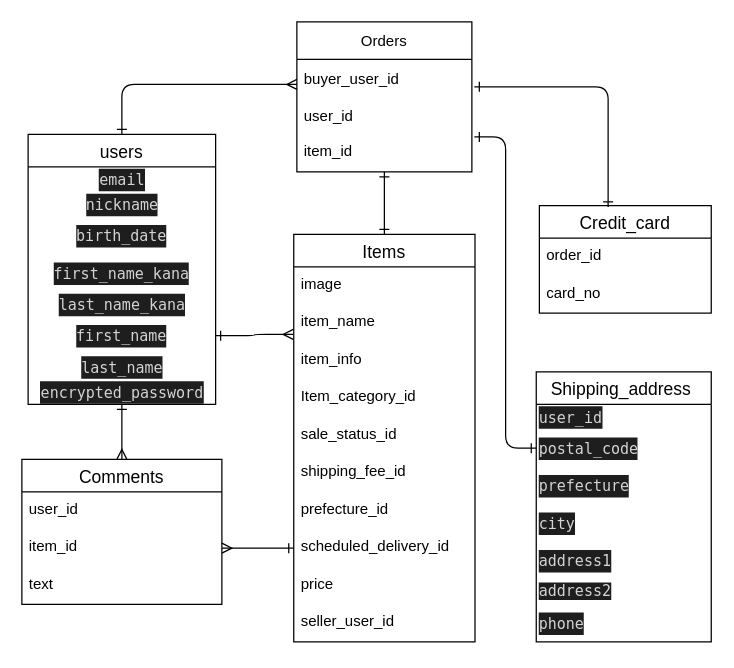
The draw.io diagram furima.dio in KAMEchan01/furima-37271, before the edit. Source tidied: cells renumbered, new cells numbered last; positions are measured from the earlier drawing's top-left corner, leaving out a move shared by most shapes. Both pictures are drawn from the tidied source at 125%, with x=0, y=0 at pixel (21, 21).
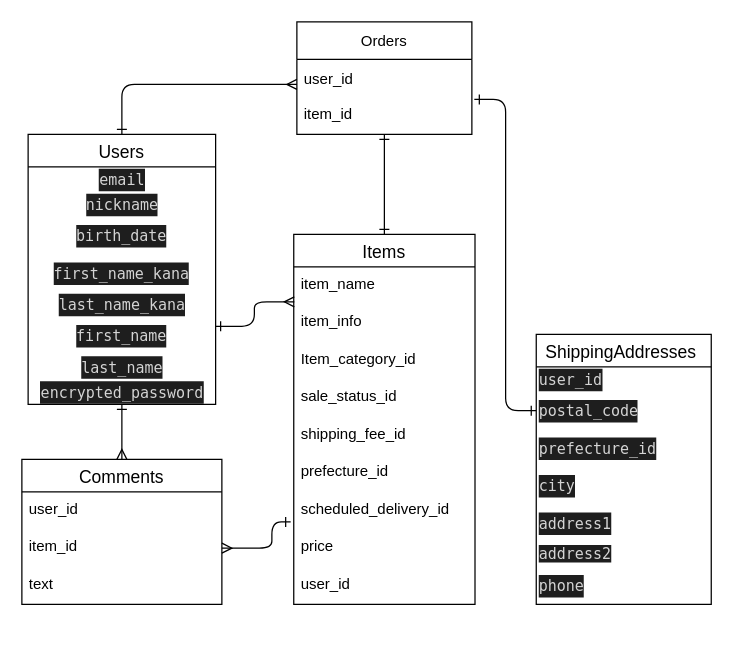
The same diagram, later.

The change refers to these unchanged cells:
```xml
<mxCell id="10" value="&lt;div style=&quot;color: rgb(212 , 212 , 212) ; background-color: rgb(30 , 30 , 30) ; font-family: &amp;#34;menlo&amp;#34; , &amp;#34;monaco&amp;#34; , &amp;#34;courier new&amp;#34; , monospace ; line-height: 18px&quot;&gt;first_name&lt;/div&gt;" style="text;html=1;strokeColor=none;fillColor=none;align=center;verticalAlign=middle;whiteSpace=wrap;rounded=0;" parent="4" vertex="1">
  <mxGeometry y="146" width="150" height="30" as="geometry" />
</mxCell>
<mxCell id="37" value="item_id" style="text;strokeColor=none;fillColor=none;spacingLeft=4;spacingRight=4;overflow=hidden;points=[[0,0.5],[1,0.5]];portConstraint=eastwest;fontSize=12;" parent="35" vertex="1">
  <mxGeometry y="56" width="160" height="30" as="geometry" />
</mxCell>
```

What changed in the source:
```diff
@@
-    <mxCell id="2" style="edgeStyle=elbowEdgeStyle;html=1;exitX=1;exitY=0.5;exitDx=0;exitDy=0;entryX=-0.003;entryY=0.8;entryDx=0;entryDy=0;startArrow=ERone;startFill=0;endArrow=ERmany;endFill=0;entryPerimeter=0;" parent="1" edge="1" source="10" target="26">
+    <mxCell id="2" style="edgeStyle=elbowEdgeStyle;html=1;exitX=1;exitY=0.25;exitDx=0;exitDy=0;entryX=0.003;entryY=-0.067;entryDx=0;entryDy=0;startArrow=ERone;startFill=0;endArrow=ERmany;endFill=0;entryPerimeter=0;" parent="1" edge="1" source="10" target="27">
       <mxGeometry relative="1" as="geometry" />
     </mxCell>
@@
-    <mxCell id="4" value="users" style="swimlane;fontStyle=0;horizontal=1;startSize=26;align=center;fontSize=14;" parent="1" vertex="1">
+    <mxCell id="4" value="Users" style="swimlane;fontStyle=0;horizontal=1;startSize=26;align=center;fontSize=14;" parent="1" vertex="1">
       <mxGeometry x="5" y="90" width="150" height="216" as="geometry" />
     </mxCell>
@@
-    <mxCell id="13" value="Shipping_address " style="swimlane;fontStyle=0;horizontal=1;startSize=26;align=center;fontSize=14;" parent="1" vertex="1">
-      <mxGeometry x="411.5" y="280" width="140" height="216" as="geometry" />
+    <mxCell id="13" value="ShippingAddresses " style="swimlane;fontStyle=0;horizontal=1;startSize=26;align=center;fontSize=14;" parent="1" vertex="1">
+      <mxGeometry x="411.5" y="250" width="140" height="216" as="geometry" />
     </mxCell>
@@
-    <mxCell id="16" value="&lt;div style=&quot;color: rgb(212 , 212 , 212) ; background-color: rgb(30 , 30 , 30) ; font-family: &amp;quot;menlo&amp;quot; , &amp;quot;monaco&amp;quot; , &amp;quot;courier new&amp;quot; , monospace ; line-height: 18px&quot;&gt;prefecture &lt;/div&gt;" style="text;html=1;strokeColor=none;fillColor=none;align=left;verticalAlign=middle;whiteSpace=wrap;rounded=0;" parent="13" vertex="1">
+    <mxCell id="16" value="&lt;div style=&quot;color: rgb(212 , 212 , 212) ; background-color: rgb(30 , 30 , 30) ; font-family: &amp;#34;menlo&amp;#34; , &amp;#34;monaco&amp;#34; , &amp;#34;courier new&amp;#34; , monospace ; line-height: 18px&quot;&gt;prefecture_id&lt;/div&gt;" style="text;html=1;strokeColor=none;fillColor=none;align=left;verticalAlign=middle;whiteSpace=wrap;rounded=0;" parent="13" vertex="1">
       <mxGeometry y="76" width="140" height="30" as="geometry" />
     </mxCell>
@@
-    <mxCell id="21" value="Credit_card" style="swimlane;fontStyle=0;horizontal=1;startSize=26;align=center;fontSize=14;" parent="1" vertex="1">
-      <mxGeometry x="414" y="147" width="137.5" height="86" as="geometry" />
-    </mxCell>
-    <mxCell id="22" value="order_id" style="text;strokeColor=none;fillColor=none;spacingLeft=4;spacingRight=4;overflow=hidden;fontSize=12;" parent="21" vertex="1">
-      <mxGeometry y="26" width="137.5" height="30" as="geometry" />
-    </mxCell>
-    <mxCell id="23" value="card_no" style="text;strokeColor=none;fillColor=none;spacingLeft=4;spacingRight=4;overflow=hidden;fontSize=12;" parent="21" vertex="1">
-      <mxGeometry y="56" width="137.5" height="30" as="geometry" />
-    </mxCell>
     <mxCell id="24" value="Items" style="swimlane;fontStyle=0;horizontal=1;startSize=26;align=center;fontSize=14;" parent="1" vertex="1">
-      <mxGeometry x="217.5" y="170" width="145" height="326" as="geometry" />
+      <mxGeometry x="217.5" y="170" width="145" height="296" as="geometry" />
     </mxCell>
-    <mxCell id="25" value="image" style="text;strokeColor=none;fillColor=none;spacingLeft=4;spacingRight=4;overflow=hidden;fontSize=12;" parent="24" vertex="1">
-      <mxGeometry y="26" width="145" height="30" as="geometry" />
-    </mxCell>
     <mxCell id="26" value=" item_name" style="text;strokeColor=none;fillColor=none;spacingLeft=4;spacingRight=4;overflow=hidden;points=[[0,0.5],[1,0.5]];portConstraint=eastwest;fontSize=12;" parent="24" vertex="1">
-      <mxGeometry y="56" width="145" height="30" as="geometry" />
+      <mxGeometry y="26" width="145" height="30" as="geometry" />
     </mxCell>
     <mxCell id="27" value=" item_info" style="text;strokeColor=none;fillColor=none;spacingLeft=4;spacingRight=4;overflow=hidden;points=[[0,0.5],[1,0.5]];portConstraint=eastwest;fontSize=12;" parent="24" vertex="1">
-      <mxGeometry y="86" width="145" height="30" as="geometry" />
+      <mxGeometry y="56" width="145" height="30" as="geometry" />
     </mxCell>
     <mxCell id="28" value="Item_category_id    " style="text;strokeColor=none;fillColor=none;spacingLeft=4;spacingRight=4;overflow=hidden;fontSize=12;" parent="24" vertex="1">
-      <mxGeometry y="116" width="145" height="30" as="geometry" />
+      <mxGeometry y="86" width="145" height="30" as="geometry" />
     </mxCell>
     <mxCell id="29" value="sale_status_id" style="text;strokeColor=none;fillColor=none;spacingLeft=4;spacingRight=4;overflow=hidden;fontSize=12;" parent="24" vertex="1">
-      <mxGeometry y="146" width="145" height="30" as="geometry" />
+      <mxGeometry y="116" width="145" height="30" as="geometry" />
     </mxCell>
     <mxCell id="30" value="shipping_fee_id" style="text;strokeColor=none;fillColor=none;spacingLeft=4;spacingRight=4;overflow=hidden;fontSize=12;" parent="24" vertex="1">
-      <mxGeometry y="176" width="145" height="30" as="geometry" />
+      <mxGeometry y="146" width="145" height="30" as="geometry" />
     </mxCell>
     <mxCell id="31" value="prefecture_id" style="text;strokeColor=none;fillColor=none;spacingLeft=4;spacingRight=4;overflow=hidden;fontSize=12;" parent="24" vertex="1">
-      <mxGeometry y="206" width="145" height="30" as="geometry" />
+      <mxGeometry y="176" width="145" height="30" as="geometry" />
     </mxCell>
     <mxCell id="32" value="scheduled_delivery_id " style="text;strokeColor=none;fillColor=none;spacingLeft=4;spacingRight=4;overflow=hidden;points=[[0,0.5],[1,0.5]];portConstraint=eastwest;fontSize=12;" parent="24" vertex="1">
-      <mxGeometry y="236" width="145" height="30" as="geometry" />
+      <mxGeometry y="206" width="145" height="30" as="geometry" />
     </mxCell>
     <mxCell id="33" value="price" style="text;strokeColor=none;fillColor=none;spacingLeft=4;spacingRight=4;overflow=hidden;fontSize=12;" parent="24" vertex="1">
-      <mxGeometry y="266" width="145" height="30" as="geometry" />
+      <mxGeometry y="236" width="145" height="30" as="geometry" />
     </mxCell>
-    <mxCell id="34" value="seller_user_id" style="text;strokeColor=none;fillColor=none;spacingLeft=4;spacingRight=4;overflow=hidden;fontSize=12;" parent="24" vertex="1">
-      <mxGeometry y="296" width="145" height="30" as="geometry" />
+    <mxCell id="34" value="user_id" style="text;strokeColor=none;fillColor=none;spacingLeft=4;spacingRight=4;overflow=hidden;fontSize=12;" parent="24" vertex="1">
+      <mxGeometry y="266" width="145" height="30" as="geometry" />
     </mxCell>
@@
-    <mxCell id="39" style="edgeStyle=elbowEdgeStyle;html=1;startArrow=ERone;startFill=0;endArrow=ERmany;endFill=0;entryX=1;entryY=0.5;entryDx=0;entryDy=0;exitX=0;exitY=0.5;exitDx=0;exitDy=0;" parent="1" edge="1" source="32" target="37">
+    <mxCell id="39" style="edgeStyle=elbowEdgeStyle;html=1;startArrow=ERone;startFill=0;endArrow=ERmany;endFill=0;entryX=1;entryY=0.5;entryDx=0;entryDy=0;exitX=-0.017;exitY=0.8;exitDx=0;exitDy=0;exitPerimeter=0;" parent="1" edge="1" source="32" target="37">
       <mxGeometry relative="1" as="geometry">
         <Array as="points">
           <mxPoint x="200" y="421" />
         </Array>
       </mxGeometry>
     </mxCell>
-    <mxCell id="40" style="edgeStyle=elbowEdgeStyle;html=1;startArrow=ERone;startFill=0;endArrow=ERone;endFill=0;" parent="1" edge="1" source="43">
+    <mxCell id="40" style="edgeStyle=elbowEdgeStyle;html=1;startArrow=ERone;startFill=0;endArrow=ERone;endFill=0;entryX=0.5;entryY=0;entryDx=0;entryDy=0;" parent="1" edge="1" source="43" target="24">
       <mxGeometry relative="1" as="geometry">
-        <mxPoint x="290" y="170" as="targetPoint" />
         <Array as="points">
           <mxPoint x="290" y="70" />
         </Array>
       </mxGeometry>
     </mxCell>
@@
-    <mxCell id="42" style="edgeStyle=elbowEdgeStyle;html=1;startArrow=ERone;startFill=0;endArrow=ERone;endFill=0;exitX=1.014;exitY=0.733;exitDx=0;exitDy=0;exitPerimeter=0;" parent="1" edge="1" source="44">
-      <mxGeometry relative="1" as="geometry">
-        <mxPoint x="469" y="148" as="targetPoint" />
-        <Array as="points">
-          <mxPoint x="469" y="100" />
-          <mxPoint x="485" y="70" />
-        </Array>
-      </mxGeometry>
-    </mxCell>
     <mxCell id="43" value="Orders" style="swimlane;fontStyle=0;horizontal=1;startSize=30;" parent="1" vertex="1">
-      <mxGeometry x="220" width="140" height="120" as="geometry" />
+      <mxGeometry x="220" width="140" height="90" as="geometry" />
     </mxCell>
-    <mxCell id="44" value="buyer_user_id" style="text;strokeColor=none;fillColor=none;align=left;verticalAlign=middle;spacingLeft=4;spacingRight=4;overflow=hidden;points=[[0,0.5],[1,0.5]];portConstraint=eastwest;" parent="43" vertex="1">
-      <mxGeometry y="30" width="140" height="30" as="geometry" />
-    </mxCell>
     <mxCell id="45" value="user_id" style="text;strokeColor=none;fillColor=none;align=left;verticalAlign=middle;spacingLeft=4;spacingRight=4;overflow=hidden;" parent="43" vertex="1">
-      <mxGeometry y="60" width="140" height="30" as="geometry" />
+      <mxGeometry y="30" width="140" height="30" as="geometry" />
     </mxCell>
     <mxCell id="46" value="item_id" style="text;strokeColor=none;fillColor=none;spacingLeft=4;spacingRight=4;overflow=hidden;points=[[0,0.5],[1,0.5]];portConstraint=eastwest;fontSize=12;" parent="43" vertex="1">
-      <mxGeometry y="90" width="140" height="30" as="geometry" />
+      <mxGeometry y="60" width="140" height="30" as="geometry" />
     </mxCell>
```
